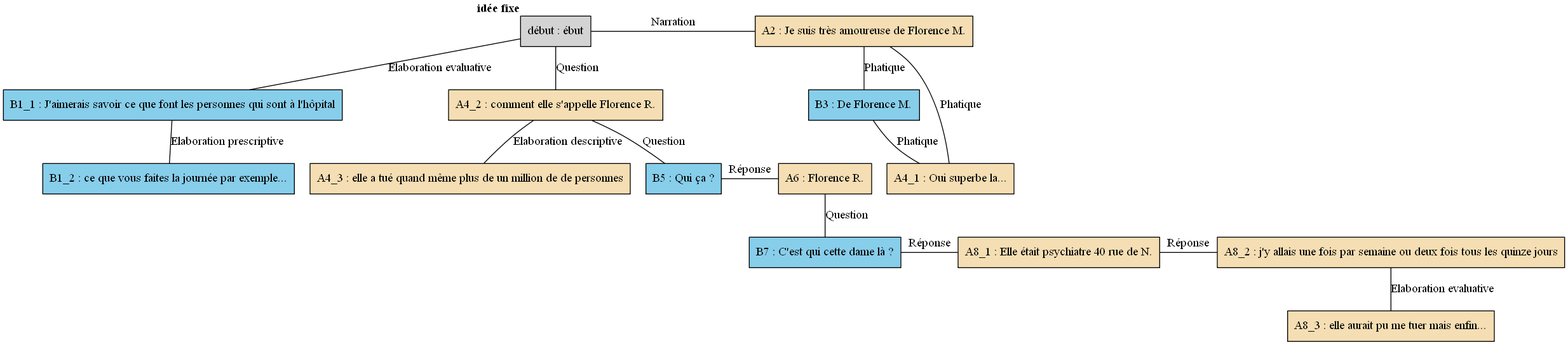
The Graphviz diagram arbres/Florence/Florence_-_C07.gv.png in AlaixComet/AnnotationSlamPTut, before a commit. Its source is kept beside it as arbres/Florence/Florence_-_C07.gv.
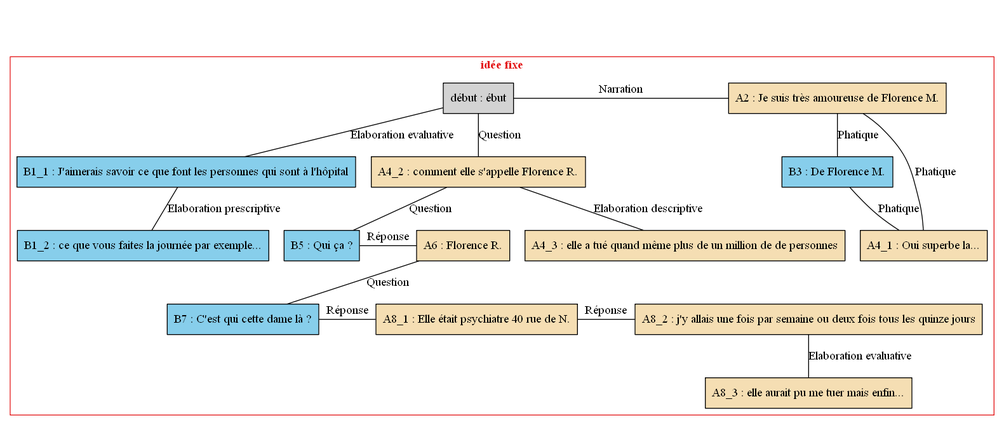
Later version of the same file.

Diff of the diagram source:
```diff
@@ -1,51 +1,58 @@
 digraph C07 {
 	node [shape=box style=filled]
-	"début" [label="début : ébut" xlabel=<<B>idée fixe</B>>]
-	B1_1 [label="B1_1 : J'aimerais savoir ce que font les personnes qui sont à l'hôpital" fillcolor=skyblue xlabel=""]
-	B1_2 [label="B1_2 : ce que vous faites la journée par exemple..." fillcolor=skyblue xlabel=""]
-	A2 [label="A2 : Je suis très amoureuse de Florence M." fillcolor=wheat xlabel=""]
-	B3 [label="B3 : De Florence M." fillcolor=skyblue xlabel=""]
-	A4_1 [label="A4_1 : Oui superbe la..." fillcolor=wheat xlabel=""]
-	A4_2 [label="A4_2 : comment elle s'appelle Florence R." fillcolor=wheat xlabel=""]
-	A4_3 [label="A4_3 : elle a tué quand même plus de un million de de personnes" fillcolor=wheat xlabel=""]
-	B5 [label="B5 : Qui ça ?" fillcolor=skyblue xlabel=""]
-	A6 [label="A6 : Florence R." fillcolor=wheat xlabel=""]
-	B7 [label="B7 : C'est qui cette dame là ?" fillcolor=skyblue xlabel=""]
-	A8_1 [label="A8_1 : Elle était psychiatre 40 rue de N." fillcolor=wheat xlabel=""]
-	A8_2 [label="A8_2 : j'y allais une fois par semaine ou deux fois tous les quinze jours" fillcolor=wheat xlabel=""]
-	A8_3 [label="A8_3 : elle aurait pu me tuer mais enfin..." fillcolor=wheat xlabel=""]
-	"début" -> B1_1 [label="Elaboration evaluative" dir=none]
-	B1_1 -> B1_2 [label="Elaboration prescriptive" dir=none]
-	{
-		rank=same
+	newrank=true
+	zero [style=invis]
+	"début" [label="début : ébut"]
+	B1_1 [label="B1_1 : J'aimerais savoir ce que font les personnes qui sont à l'hôpital" fillcolor=skyblue]
+	B1_2 [label="B1_2 : ce que vous faites la journée par exemple..." fillcolor=skyblue]
+	A2 [label="A2 : Je suis très amoureuse de Florence M." fillcolor=wheat]
+	B3 [label="B3 : De Florence M." fillcolor=skyblue]
+	A4_1 [label="A4_1 : Oui superbe la..." fillcolor=wheat]
+	A4_2 [label="A4_2 : comment elle s'appelle Florence R." fillcolor=wheat]
+	A4_3 [label="A4_3 : elle a tué quand même plus de un million de de personnes" fillcolor=wheat]
+	B5 [label="B5 : Qui ça ?" fillcolor=skyblue]
+	A6 [label="A6 : Florence R." fillcolor=wheat]
+	B7 [label="B7 : C'est qui cette dame là ?" fillcolor=skyblue]
+	A8_1 [label="A8_1 : Elle était psychiatre 40 rue de N." fillcolor=wheat]
+	A8_2 [label="A8_2 : j'y allais une fois par semaine ou deux fois tous les quinze jours" fillcolor=wheat]
+	A8_3 [label="A8_3 : elle aurait pu me tuer mais enfin..." fillcolor=wheat]
+	zero -> "début" [label="" style=invis]
+	"début" -> B1_1 [label="Elaboration evaluative" dir=none weight=2]
+	B1_1 -> B1_2 [label="Elaboration prescriptive" dir=none weight=2]
+	zero -> A2 [style=invis weight=1]
+	"début" -> A2 [label=Narration constraint=false dir=none]
+	A2 -> B3 [label=Phatique dir=none weight=2]
+	A2 -> A4_1 [label=Phatique dir=none weight=2]
+	B3 -> A4_1 [label=Phatique dir=none weight=2]
+	"début" -> A4_2 [label=Question dir=none weight=2]
+	A4_2 -> A4_3 [label="Elaboration descriptive" dir=none weight=2]
+	A4_2 -> B5 [label=Question dir=none weight=2]
+	A4_2 -> A6 [style=invis weight=1]
+	B5 -> A6 [label="Réponse" constraint=false dir=none]
+	A6 -> B7 [label=Question dir=none weight=2]
+	A6 -> A8_1 [style=invis weight=1]
+	B7 -> A8_1 [label="Réponse" constraint=false dir=none]
+	A6 -> A8_2 [style=invis weight=1]
+	A8_1 -> A8_2 [label="Réponse" constraint=false dir=none]
+	A8_2 -> A8_3 [label="Elaboration evaluative" dir=none weight=2]
+	subgraph cluster_1 {
+		label=<<B>idée fixe</B>>
+		colorscheme=set19
+		color=1
+		fontcolor=1
 		"début"
+		B1_1
+		B1_2
 		A2
-		"début" -> A2 [label=Narration dir=none]
-	}
-	A2 -> B3 [label=Phatique dir=none]
-	A2 -> A4_1 [label=Phatique dir=none]
-	B3 -> A4_1 [label=Phatique dir=none]
-	"début" -> A4_2 [label=Question dir=none]
-	A4_2 -> A4_3 [label="Elaboration descriptive" dir=none]
-	A4_2 -> B5 [label=Question dir=none]
-	{
-		rank=same
+		B3
+		A4_1
+		A4_2
+		A4_3
 		B5
 		A6
-		B5 -> A6 [label="Réponse" dir=none]
-	}
-	A6 -> B7 [label=Question dir=none]
-	{
-		rank=same
 		B7
 		A8_1
-		B7 -> A8_1 [label="Réponse" dir=none]
+		A8_2
+		A8_3
 	}
-	{
-		rank=same
-		A8_1
-		A8_2
-		A8_1 -> A8_2 [label="Réponse" dir=none]
-	}
-	A8_2 -> A8_3 [label="Elaboration evaluative" dir=none]
 }
```
